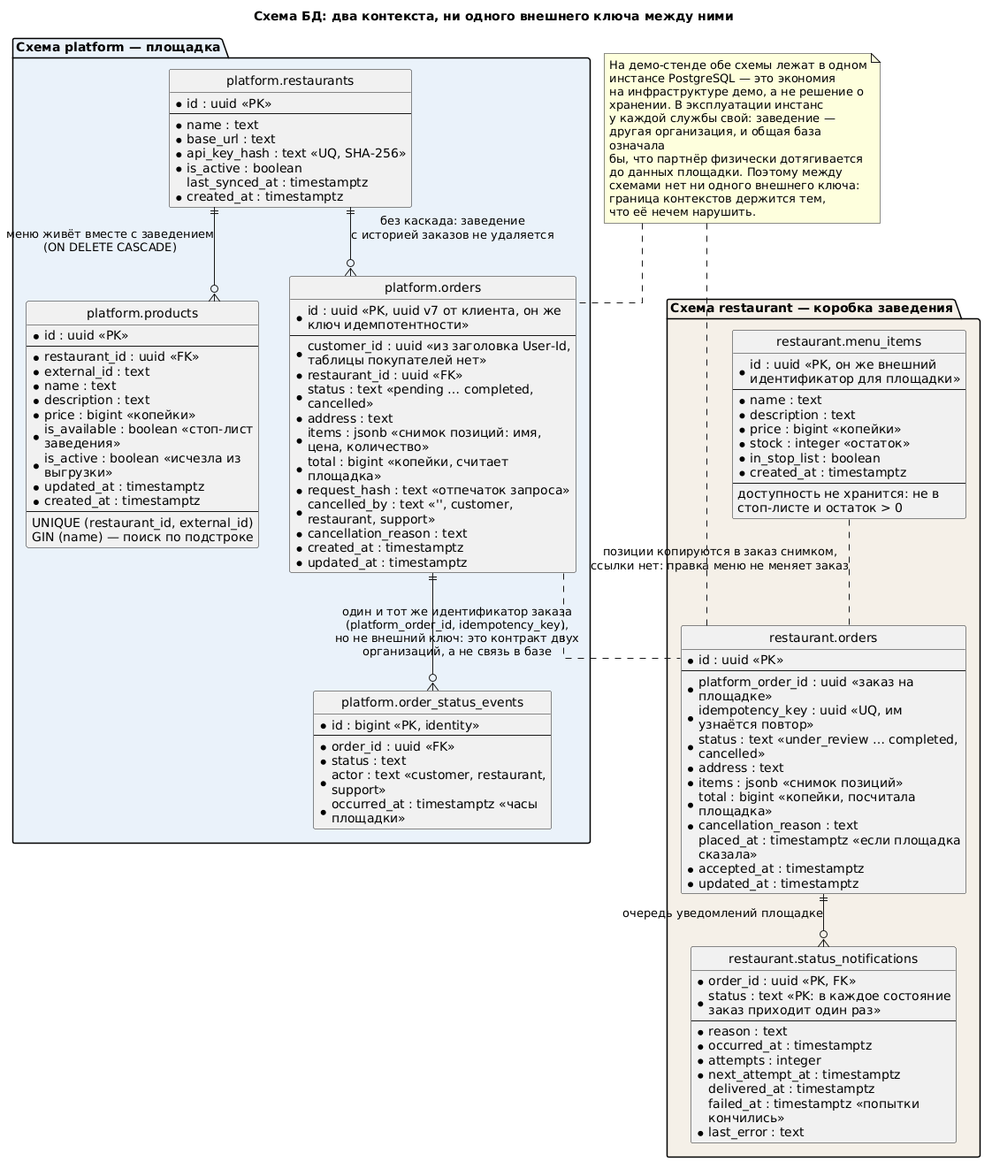
IvanSergunin001/avito-homework-try keeps this PlantUML diagram as docs/img/db_schema.png. Above is the earlier version. Its source is kept beside it as docs/puml/db_schema.puml.
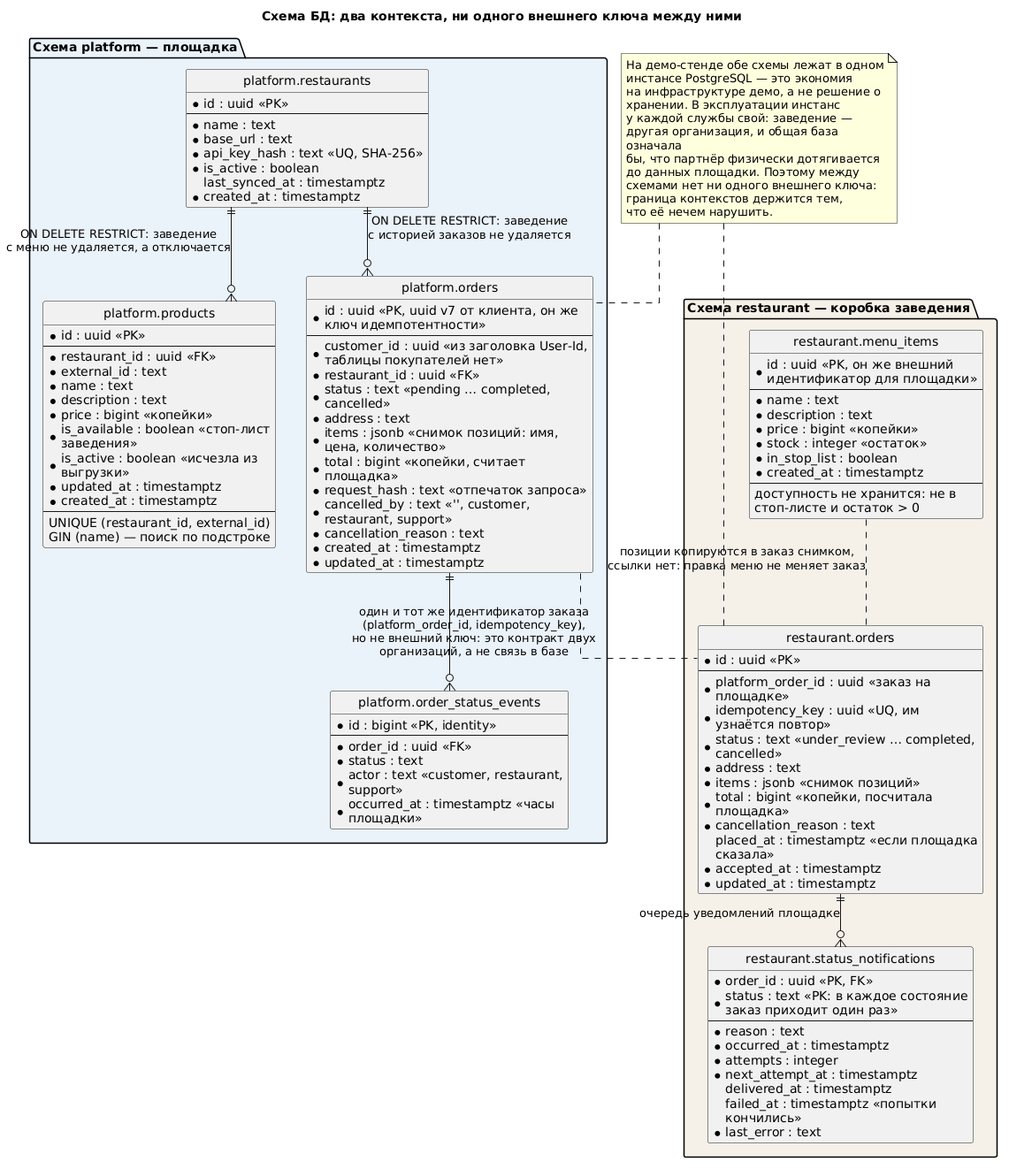
After the commit.

Commit message:
docs: say ON DELETE RESTRICT on both restaurant keys in the schema diagram

Diff of the diagram source:
```diff
@@ -103,8 +103,8 @@
     }
 }
 
-restaurants ||--o{ products : "меню живёт вместе с заведением\n(ON DELETE CASCADE)"
-restaurants ||--o{ orders : "без каскада: заведение\nс историей заказов не удаляется"
+restaurants ||--o{ products : "ON DELETE RESTRICT: заведение\nс меню не удаляется, а отключается"
+restaurants ||--o{ orders : "ON DELETE RESTRICT: заведение\nс историей заказов не удаляется"
 orders ||--o{ events
 box_orders ||--o{ queue : "очередь уведомлений площадке"
 menu .. box_orders : "позиции копируются в заказ снимком,\nссылки нет: правка меню не меняет заказ"
```
